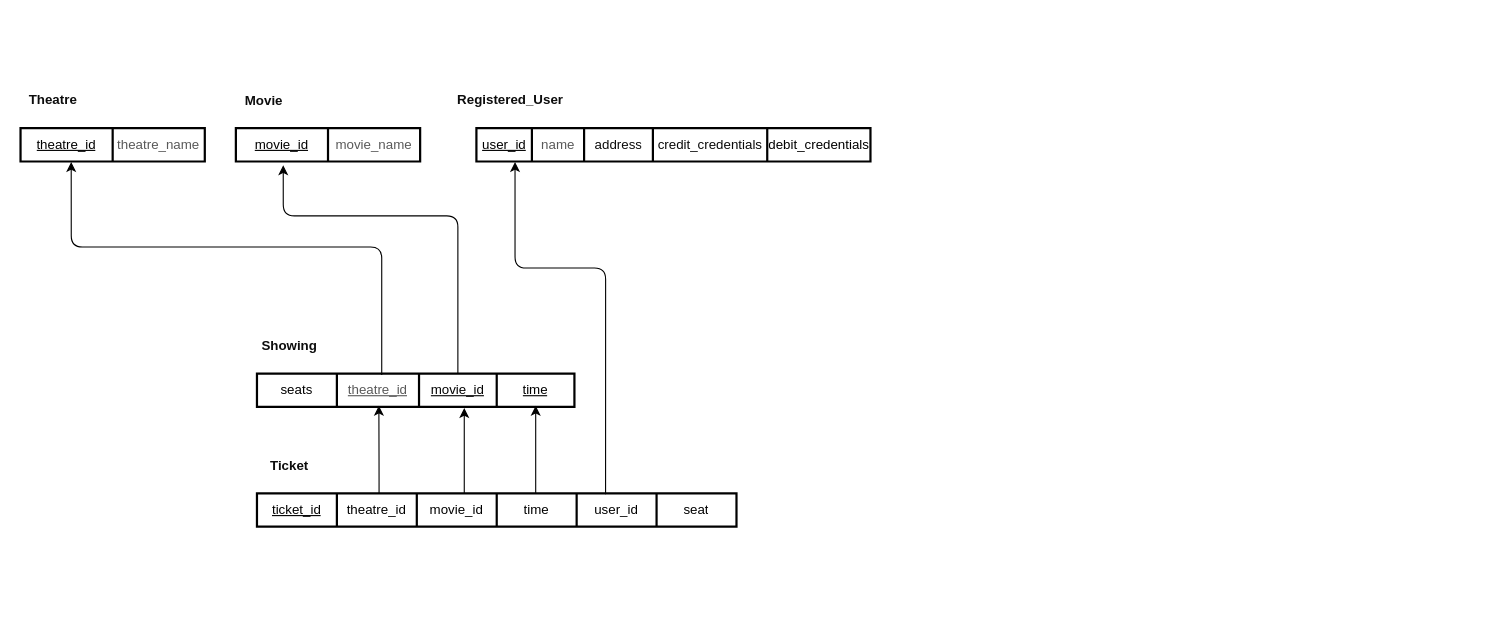
This is DesignDocuments/Diagrams/DatabaseDiagrams/Relational_Diagram_Theatre_Database.drawio from folkg/movie-ticket-reservation-app, a draw.io file, before an edit. Source tidied: cells renumbered, new cells numbered last; positions are measured from the earlier drawing's top-left corner, leaving out a move shared by most shapes. Both pictures are drawn from the tidied source at 111%, with x=0, y=0 at pixel (19, 89).
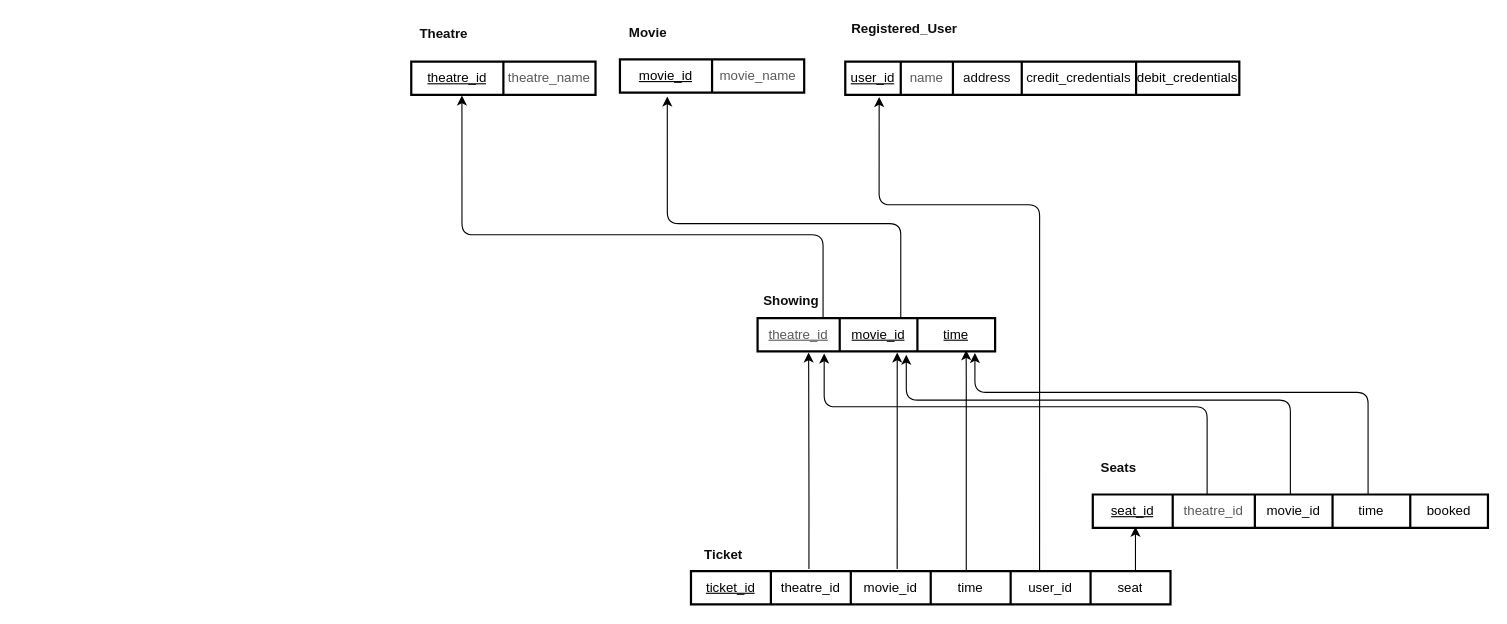
Above is the later version.

Commit message (it also covers changes not shown here):
More modifications to DB diagrams

Unchanged cells that the change refers to:
```xml
<mxCell id="11" style="shape=table;html=1;whiteSpace=wrap;startSize=0;childLayout=tableLayout;strokeColor=#000000;strokeWidth=2;fillColor=none;" parent="10" vertex="1">
  <mxGeometry y="34" width="432" height="30" as="geometry" />
</mxCell>
<mxCell id="12" style="shape=tableRow;horizontal=0;startSize=0;swimlaneHead=0;swimlaneBody=0;top=0;left=0;bottom=0;right=0;fillColor=none;points=[[0,0.5],[1,0.5]];portConstraint=eastwest;strokeColor=#000000;strokeWidth=2;" parent="11" vertex="1">
  <mxGeometry width="432" height="30" as="geometry" />
</mxCell>
<mxCell id="22" style="shape=tableRow;horizontal=0;startSize=0;swimlaneHead=0;swimlaneBody=0;top=0;left=0;bottom=0;right=0;fillColor=none;points=[[0,0.5],[1,0.5]];portConstraint=eastwest;strokeColor=#000000;strokeWidth=2;" parent="21" vertex="1">
  <mxGeometry width="166" height="30" as="geometry" />
</mxCell>
<mxCell id="28" style="shape=tableRow;horizontal=0;startSize=0;swimlaneHead=0;swimlaneBody=0;top=0;left=0;bottom=0;right=0;fillColor=none;points=[[0,0.5],[1,0.5]];portConstraint=eastwest;strokeColor=#000000;strokeWidth=2;" parent="27" vertex="1">
  <mxGeometry width="166" height="30" as="geometry" />
</mxCell>
<mxCell id="39" style="shape=tableRow;horizontal=0;startSize=0;swimlaneHead=0;swimlaneBody=0;top=0;left=0;bottom=0;right=0;fillColor=none;points=[[0,0.5],[1,0.5]];portConstraint=eastwest;strokeColor=#000000;strokeWidth=2;" parent="38" vertex="1">
  <mxGeometry width="355" height="30" as="geometry" />
</mxCell>
```

Diff of the diagram source:
```diff
@@
     <mxCell id="2" style="group;" parent="1" vertex="1">
-      <mxGeometry x="213" y="222" width="289" height="64" as="geometry" />
+      <mxGeometry x="664" y="172" width="289" height="64" as="geometry" />
     </mxCell>
     <mxCell id="3" style="shape=table;html=1;whiteSpace=wrap;startSize=0;childLayout=tableLayout;strokeColor=#000000;strokeWidth=2;fillColor=none;" parent="2" vertex="1">
-      <mxGeometry x="1" y="34" width="286" height="30" as="geometry" />
+      <mxGeometry x="1" y="34" width="214" height="30" as="geometry" />
     </mxCell>
     <mxCell id="4" style="shape=tableRow;horizontal=0;startSize=0;swimlaneHead=0;swimlaneBody=0;top=0;left=0;bottom=0;right=0;fillColor=none;points=[[0,0.5],[1,0.5]];portConstraint=eastwest;strokeColor=#000000;strokeWidth=2;" parent="3" vertex="1">
-      <mxGeometry width="286" height="30" as="geometry" />
+      <mxGeometry width="214" height="30" as="geometry" />
     </mxCell>
-    <mxCell id="5" value="&lt;font color=&quot;#000000&quot;&gt;seats&lt;/font&gt;" style="shape=partialRectangle;html=1;whiteSpace=wrap;fillColor=none;top=0;left=0;bottom=0;right=0;overflow=hidden;strokeColor=#000000;strokeWidth=2;" parent="4" vertex="1">
-      <mxGeometry width="72" height="30" as="geometry" />
-    </mxCell>
     <mxCell id="6" value="&lt;font color=&quot;#595959&quot;&gt;&lt;u&gt;theatre_id&lt;/u&gt;&lt;/font&gt;" style="shape=partialRectangle;html=1;whiteSpace=wrap;fillColor=none;top=0;left=0;bottom=0;right=0;overflow=hidden;strokeColor=#000000;strokeWidth=2;" parent="4" vertex="1">
-      <mxGeometry x="72" width="74" height="30" as="geometry" />
+      <mxGeometry width="74" height="30" as="geometry" />
     </mxCell>
     <mxCell id="7" value="&lt;font color=&quot;#030303&quot;&gt;&lt;u&gt;movie_id&lt;/u&gt;&lt;/font&gt;" style="shape=partialRectangle;html=1;whiteSpace=wrap;fillColor=none;top=0;left=0;bottom=0;right=0;overflow=hidden;strokeColor=#000000;strokeWidth=2;" parent="4" vertex="1">
-      <mxGeometry x="146" width="70" height="30" as="geometry" />
+      <mxGeometry x="74" width="70" height="30" as="geometry" />
     </mxCell>
     <mxCell id="8" value="&lt;font color=&quot;#000000&quot;&gt;&lt;u&gt;time&lt;/u&gt;&lt;/font&gt;" style="shape=partialRectangle;html=1;whiteSpace=wrap;fillColor=none;top=0;left=0;bottom=0;right=0;overflow=hidden;strokeColor=#000000;strokeWidth=2;" parent="4" vertex="1">
-      <mxGeometry x="216" width="70" height="30" as="geometry" />
+      <mxGeometry x="144" width="70" height="30" as="geometry" />
     </mxCell>
     <mxCell id="9" value="&lt;b&gt;&lt;font color=&quot;#0d0d0d&quot;&gt;Showing&lt;/font&gt;&lt;/b&gt;" style="text;html=1;align=center;verticalAlign=middle;strokeColor=none;fillColor=none;" parent="2" vertex="1">
-      <mxGeometry width="60" height="18" as="geometry" />
+      <mxGeometry x="1" y="10" width="60" height="18" as="geometry" />
     </mxCell>
     <mxCell id="10" style="group;" parent="1" vertex="1">
-      <mxGeometry x="214" y="330" width="72" height="64" as="geometry" />
+      <mxGeometry x="605" y="400" width="72" height="64" as="geometry" />
     </mxCell>
@@
     <mxCell id="19" value="&lt;b&gt;&lt;font color=&quot;#0d0d0d&quot;&gt;Ticket&lt;/font&gt;&lt;/b&gt;" style="text;html=1;align=center;verticalAlign=middle;strokeColor=none;fillColor=none;" parent="10" vertex="1">
-      <mxGeometry x="7" width="44" height="18" as="geometry" />
+      <mxGeometry x="7" y="11" width="44" height="18" as="geometry" />
     </mxCell>
     <mxCell id="20" style="group;" parent="1" vertex="1">
-      <mxGeometry width="167" height="65" as="geometry" />
+      <mxGeometry x="352" y="-60" width="167" height="65" as="geometry" />
     </mxCell>
@@
     <mxCell id="26" style="group;" parent="1" vertex="1">
-      <mxGeometry x="195" y="2" width="166" height="63" as="geometry" />
+      <mxGeometry x="541" y="-60" width="166" height="63" as="geometry" />
     </mxCell>
@@
-    <mxCell id="32" style="edgeStyle=orthogonalEdgeStyle;html=1;entryX=0.275;entryY=1.015;entryDx=0;entryDy=0;entryPerimeter=0;fontColor=#000000;strokeColor=#000000;exitX=0.393;exitY=0.047;exitDx=0;exitDy=0;exitPerimeter=0;" parent="1" edge="1" source="4" target="22">
+    <mxCell id="32" style="edgeStyle=orthogonalEdgeStyle;html=1;entryX=0.275;entryY=1.015;entryDx=0;entryDy=0;entryPerimeter=0;fontColor=#000000;strokeColor=#000000;" parent="1" edge="1" source="4" target="22">
       <mxGeometry relative="1" as="geometry">
         <Array as="points">
-          <mxPoint x="326" y="142" />
-          <mxPoint x="47" y="142" />
+          <mxPoint x="724" y="131" />
+          <mxPoint x="399" y="131" />
         </Array>
       </mxGeometry>
     </mxCell>
     <mxCell id="33" style="edgeStyle=orthogonalEdgeStyle;html=1;entryX=0.257;entryY=1.111;entryDx=0;entryDy=0;entryPerimeter=0;fontColor=#000000;strokeColor=#000000;" parent="1" edge="1" source="4" target="28">
       <mxGeometry relative="1" as="geometry">
         <Array as="points">
-          <mxPoint x="395" y="114" />
-          <mxPoint x="238" y="114" />
+          <mxPoint x="794" y="121" />
+          <mxPoint x="584" y="121" />
         </Array>
       </mxGeometry>
     </mxCell>
-    <mxCell id="34" style="edgeStyle=orthogonalEdgeStyle;html=1;fontColor=#000000;strokeColor=#000000;entryX=0.384;entryY=0.968;entryDx=0;entryDy=0;entryPerimeter=0;" parent="1" edge="1" source="11" target="4">
+    <mxCell id="34" style="edgeStyle=orthogonalEdgeStyle;html=1;fontColor=#000000;strokeColor=#000000;exitX=0.246;exitY=-0.063;exitDx=0;exitDy=0;exitPerimeter=0;" parent="1" edge="1" source="12">
       <mxGeometry relative="1" as="geometry">
+        <mxPoint x="711" y="237" as="targetPoint" />
         <Array as="points">
-          <mxPoint x="324" y="344" />
-          <mxPoint x="324" y="344" />
+          <mxPoint x="711" y="364" />
+          <mxPoint x="711" y="364" />
         </Array>
       </mxGeometry>
     </mxCell>
-    <mxCell id="35" style="edgeStyle=orthogonalEdgeStyle;html=1;entryX=0.653;entryY=1.032;entryDx=0;entryDy=0;entryPerimeter=0;fontColor=#000000;strokeColor=#000000;" parent="1" edge="1" source="11" target="4">
+    <mxCell id="35" style="edgeStyle=orthogonalEdgeStyle;html=1;entryX=0.653;entryY=1.032;entryDx=0;entryDy=0;entryPerimeter=0;fontColor=#000000;strokeColor=#000000;exitX=0.43;exitY=-0.063;exitDx=0;exitDy=0;exitPerimeter=0;" parent="1" edge="1" source="12">
       <mxGeometry relative="1" as="geometry">
+        <mxPoint x="790.8" y="237" as="targetPoint" />
         <Array as="points">
-          <mxPoint x="401" y="364" />
-          <mxPoint x="401" y="364" />
+          <mxPoint x="791" y="370" />
+          <mxPoint x="791" y="370" />
         </Array>
       </mxGeometry>
     </mxCell>
     <mxCell id="36" style="edgeStyle=orthogonalEdgeStyle;html=1;entryX=0.878;entryY=0.965;entryDx=0;entryDy=0;entryPerimeter=0;fontColor=#000000;strokeColor=#000000;" parent="1" edge="1" source="11" target="4">
       <mxGeometry relative="1" as="geometry">
         <Array as="points">
-          <mxPoint x="465" y="364" />
-          <mxPoint x="465" y="364" />
+          <mxPoint x="853" y="252" />
+          <mxPoint x="853" y="252" />
         </Array>
       </mxGeometry>
     </mxCell>
-    <mxCell id="37" style="edgeStyle=orthogonalEdgeStyle;html=1;entryX=0.098;entryY=1.014;entryDx=0;entryDy=0;entryPerimeter=0;fontColor=#030000;strokeColor=#000000;exitX=0.727;exitY=0.028;exitDx=0;exitDy=0;exitPerimeter=0;" parent="1" edge="1" source="12" target="39">
+    <mxCell id="37" style="edgeStyle=orthogonalEdgeStyle;html=1;entryX=0.086;entryY=1.06;entryDx=0;entryDy=0;entryPerimeter=0;fontColor=#030000;strokeColor=#000000;exitX=0.727;exitY=0.028;exitDx=0;exitDy=0;exitPerimeter=0;" parent="1" edge="1" source="12" target="39">
       <mxGeometry relative="1" as="geometry">
         <Array as="points">
-          <mxPoint x="528" y="161" />
-          <mxPoint x="446" y="161" />
-          <mxPoint x="446" y="65" />
+          <mxPoint x="919" y="104" />
+          <mxPoint x="775" y="104" />
         </Array>
       </mxGeometry>
     </mxCell>
     <mxCell id="38" style="shape=table;html=1;whiteSpace=wrap;startSize=0;childLayout=tableLayout;strokeColor=#000000;strokeWidth=2;fillColor=none;" parent="1" vertex="1">
-      <mxGeometry x="411.7" y="35" width="355" height="30" as="geometry" />
+      <mxGeometry x="744" y="-25" width="355" height="30" as="geometry" />
     </mxCell>
@@
     <mxCell id="45" value="&lt;b&gt;&lt;font color=&quot;#0d0d0d&quot;&gt;Registered_User&lt;/font&gt;&lt;/b&gt;" style="text;html=1;align=center;verticalAlign=middle;strokeColor=none;fillColor=none;" parent="1" vertex="1">
-      <mxGeometry x="389" y="1" width="105" height="18" as="geometry" />
+      <mxGeometry x="744" y="-63" width="105" height="18" as="geometry" />
     </mxCell>
+    <mxCell id="46" style="group;" parent="1" vertex="1">
+      <mxGeometry x="967" y="332" width="286" height="63" as="geometry" />
+    </mxCell>
+    <mxCell id="47" style="group;fontStyle=0;" parent="46" vertex="1">
+      <mxGeometry width="166" height="63" as="geometry" />
+    </mxCell>
+    <mxCell id="48" value="&lt;span&gt;&lt;font color=&quot;#0d0d0d&quot;&gt;&lt;b&gt;Seats&lt;/b&gt;&lt;/font&gt;&lt;/span&gt;" style="text;html=1;align=center;verticalAlign=middle;strokeColor=none;fillColor=none;fontStyle=0;" parent="47" vertex="1">
+      <mxGeometry x="2" width="42" height="18" as="geometry" />
+    </mxCell>
+    <mxCell id="49" style="shape=table;html=1;whiteSpace=wrap;startSize=0;childLayout=tableLayout;strokeColor=#000000;strokeWidth=2;fillColor=none;fontStyle=0;" parent="46" vertex="1">
+      <mxGeometry y="33" width="356" height="30" as="geometry" />
+    </mxCell>
+    <mxCell id="50" style="shape=tableRow;horizontal=0;startSize=0;swimlaneHead=0;swimlaneBody=0;top=0;left=0;bottom=0;right=0;fillColor=none;points=[[0,0.5],[1,0.5]];portConstraint=eastwest;strokeColor=#000000;strokeWidth=2;fontStyle=0;" parent="49" vertex="1">
+      <mxGeometry width="356" height="30" as="geometry" />
+    </mxCell>
+    <mxCell id="51" value="&lt;font color=&quot;#000000&quot;&gt;&lt;u&gt;seat_id&lt;/u&gt;&lt;/font&gt;" style="shape=partialRectangle;html=1;whiteSpace=wrap;fillColor=none;top=0;left=0;bottom=0;right=0;overflow=hidden;strokeColor=#000000;strokeWidth=2;fontStyle=0;" parent="50" vertex="1">
+      <mxGeometry width="72" height="30" as="geometry" />
+    </mxCell>
+    <mxCell id="52" value="&lt;font color=&quot;#595959&quot;&gt;theatre_id&lt;/font&gt;" style="shape=partialRectangle;html=1;whiteSpace=wrap;fillColor=none;top=0;left=0;bottom=0;right=0;overflow=hidden;strokeColor=#000000;strokeWidth=2;fontStyle=0;" parent="50" vertex="1">
+      <mxGeometry x="72" width="74" height="30" as="geometry" />
+    </mxCell>
+    <mxCell id="53" value="&lt;font color=&quot;#030303&quot;&gt;movie_id&lt;/font&gt;" style="shape=partialRectangle;html=1;whiteSpace=wrap;fillColor=none;top=0;left=0;bottom=0;right=0;overflow=hidden;strokeColor=#000000;strokeWidth=2;fontStyle=0;" parent="50" vertex="1">
+      <mxGeometry x="146" width="70" height="30" as="geometry" />
+    </mxCell>
+    <mxCell id="54" value="&lt;font color=&quot;#000000&quot;&gt;time&lt;/font&gt;" style="shape=partialRectangle;html=1;whiteSpace=wrap;fillColor=none;top=0;left=0;bottom=0;right=0;overflow=hidden;strokeColor=#000000;strokeWidth=2;fontStyle=0;" parent="50" vertex="1">
+      <mxGeometry x="216" width="70" height="30" as="geometry" />
+    </mxCell>
+    <mxCell id="55" value="&lt;font color=&quot;#030303&quot;&gt;booked&lt;/font&gt;" style="shape=partialRectangle;html=1;whiteSpace=wrap;fillColor=none;top=0;left=0;bottom=0;right=0;overflow=hidden;strokeColor=#000000;strokeWidth=2;fontStyle=0;" parent="50" vertex="1">
+      <mxGeometry x="286" width="70" height="30" as="geometry" />
+    </mxCell>
+    <mxCell id="56" style="edgeStyle=orthogonalEdgeStyle;html=1;entryX=0.108;entryY=0.967;entryDx=0;entryDy=0;entryPerimeter=0;fontColor=#030303;strokeColor=#000000;" parent="1" edge="1" source="11" target="50">
+      <mxGeometry relative="1" as="geometry">
+        <Array as="points">
+          <mxPoint x="1005" y="434" />
+          <mxPoint x="1005" y="434" />
+        </Array>
+      </mxGeometry>
+    </mxCell>
+    <mxCell id="57" style="edgeStyle=orthogonalEdgeStyle;html=1;fontColor=#030303;strokeColor=#000000;" parent="1" edge="1" source="49">
+      <mxGeometry relative="1" as="geometry">
+        <mxPoint x="725" y="238" as="targetPoint" />
+        <Array as="points">
+          <mxPoint x="1070" y="286" />
+          <mxPoint x="725" y="286" />
+          <mxPoint x="725" y="238" />
+        </Array>
+      </mxGeometry>
+    </mxCell>
+    <mxCell id="58" style="edgeStyle=orthogonalEdgeStyle;html=1;fontColor=#030303;strokeColor=#000000;entryX=0.626;entryY=1.1;entryDx=0;entryDy=0;entryPerimeter=0;" parent="1" edge="1" source="49" target="4">
+      <mxGeometry relative="1" as="geometry">
+        <Array as="points">
+          <mxPoint x="1145" y="280" />
+          <mxPoint x="799" y="280" />
+        </Array>
+      </mxGeometry>
+    </mxCell>
+    <mxCell id="59" style="edgeStyle=orthogonalEdgeStyle;html=1;fontColor=#030303;strokeColor=#000000;entryX=0.915;entryY=1.05;entryDx=0;entryDy=0;entryPerimeter=0;" parent="1" edge="1" source="49" target="4">
+      <mxGeometry relative="1" as="geometry">
+        <Array as="points">
+          <mxPoint x="1215" y="273" />
+          <mxPoint x="861" y="273" />
+        </Array>
+      </mxGeometry>
+    </mxCell>
```
